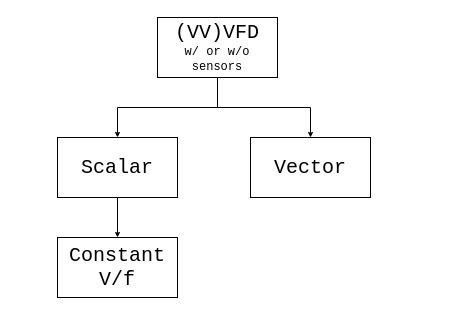
This is control_strategies.drawio from thece36/drawio, a draw.io file, before an edit. Source tidied: cells renumbered, new cells numbered last; positions are measured from the earlier drawing's top-left corner, leaving out a move shared by most shapes. Both pictures are drawn from the tidied source at 100%, with x=0, y=0 at pixel (57, 17).
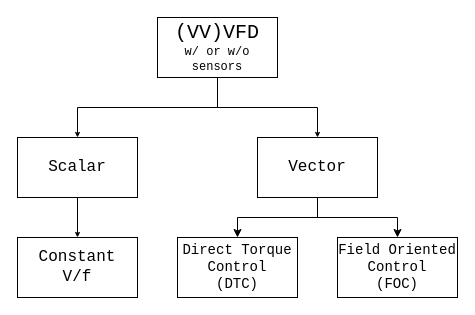
After the change.

Diff of the diagram source:
```diff
@@
 <mxGraphModel>
   <root>
     <mxCell id="0" />
     <mxCell id="1" parent="0" />
     <mxCell id="2" style="edgeStyle=orthogonalEdgeStyle;rounded=0;jettySize=auto;html=1;exitX=0.5;exitY=1;exitDx=0;exitDy=0;entryX=0.5;entryY=0;entryDx=0;entryDy=0;endArrow=classic;endFill=1;endSize=3;strokeColor=#000000;fontFamily=Courier New;fontSize=20;" parent="1" edge="1" source="3" target="5">
       <mxGeometry relative="1" as="geometry" />
     </mxCell>
     <mxCell id="3" value="&lt;div&gt;&lt;font style=&quot;font-size: 20px&quot;&gt;(VV)VFD&lt;/font&gt;&lt;/div&gt;&lt;div&gt;w/ or w/o sensors&lt;br&gt;&lt;/div&gt;" style="rounded=0;whiteSpace=wrap;html=1;strokeColor=#000000;fillColor=none;fontFamily=Courier New;fontSize=12;align=center;" parent="1" vertex="1">
       <mxGeometry x="100" width="120" height="60" as="geometry" />
     </mxCell>
     <mxCell id="4" style="edgeStyle=orthogonalEdgeStyle;rounded=0;jettySize=auto;html=1;exitX=0.5;exitY=1;exitDx=0;exitDy=0;entryX=0.5;entryY=0;entryDx=0;entryDy=0;endArrow=classic;endFill=1;endSize=3;strokeColor=#000000;fontFamily=Courier New;fontSize=20;" parent="1" edge="1" source="5" target="8">
       <mxGeometry relative="1" as="geometry" />
     </mxCell>
-    <mxCell id="5" value="Scalar" style="rounded=0;whiteSpace=wrap;html=1;strokeColor=#000000;fillColor=none;fontFamily=Courier New;fontSize=20;align=center;" parent="1" vertex="1">
-      <mxGeometry y="120" width="120" height="60" as="geometry" />
+    <mxCell id="5" value="Scalar" style="rounded=0;whiteSpace=wrap;html=1;strokeColor=#000000;fillColor=none;fontFamily=Courier New;fontSize=16;align=center;" parent="1" vertex="1">
+      <mxGeometry x="-40" y="120" width="120" height="60" as="geometry" />
     </mxCell>
     <mxCell id="6" style="edgeStyle=orthogonalEdgeStyle;rounded=0;jettySize=auto;html=1;exitX=0.5;exitY=1;exitDx=0;exitDy=0;entryX=0.5;entryY=0;entryDx=0;entryDy=0;endArrow=classic;endFill=1;endSize=3;strokeColor=#000000;fontFamily=Courier New;fontSize=20;" parent="1" edge="1" source="3" target="7">
       <mxGeometry relative="1" as="geometry" />
     </mxCell>
+    <mxCell id="9" style="edgeStyle=orthogonalEdgeStyle;rounded=0;jettySize=auto;html=1;exitX=0.5;exitY=1;exitDx=0;exitDy=0;entryX=0.5;entryY=0;entryDx=0;entryDy=0;fontSize=16;" parent="1" edge="1" source="7" target="10">
+      <mxGeometry relative="1" as="geometry" />
+    </mxCell>
-    <mxCell id="7" value="Vector" style="rounded=0;whiteSpace=wrap;html=1;strokeColor=#000000;fillColor=none;fontFamily=Courier New;fontSize=20;align=center;verticalAlign=middle;" parent="1" vertex="1">
-      <mxGeometry x="193" y="120" width="120" height="60" as="geometry" />
+    <mxCell id="7" value="Vector" style="rounded=0;whiteSpace=wrap;html=1;strokeColor=#000000;fillColor=none;fontFamily=Courier New;fontSize=16;align=center;verticalAlign=middle;" parent="1" vertex="1">
+      <mxGeometry x="200" y="120" width="120" height="60" as="geometry" />
     </mxCell>
-    <mxCell id="8" value="Constant V/f" style="rounded=0;whiteSpace=wrap;html=1;strokeColor=#000000;fillColor=none;fontFamily=Courier New;fontSize=20;align=center;" parent="1" vertex="1">
-      <mxGeometry y="220" width="120" height="60" as="geometry" />
+    <mxCell id="8" value="Constant &lt;br&gt;V/f" style="rounded=0;whiteSpace=wrap;html=1;strokeColor=#000000;fillColor=none;fontFamily=Courier New;fontSize=16;align=center;" parent="1" vertex="1">
+      <mxGeometry x="-40" y="220" width="120" height="60" as="geometry" />
     </mxCell>
+    <mxCell id="10" value="Direct Torque Control &lt;br&gt;(DTC)" style="rounded=0;whiteSpace=wrap;html=1;strokeColor=#000000;fillColor=none;fontFamily=Courier New;fontSize=14;align=center;verticalAlign=middle;" parent="1" vertex="1">
+      <mxGeometry x="120" y="220" width="120" height="60" as="geometry" />
+    </mxCell>
+    <mxCell id="11" style="edgeStyle=orthogonalEdgeStyle;rounded=0;jettySize=auto;html=1;exitX=0.5;exitY=1;exitDx=0;exitDy=0;entryX=0.5;entryY=0;entryDx=0;entryDy=0;fontSize=16;" parent="1" edge="1" source="7" target="12">
+      <mxGeometry relative="1" as="geometry" />
+    </mxCell>
+    <mxCell id="12" value="Field Oriented Control&lt;br&gt;(FOC)" style="rounded=0;whiteSpace=wrap;html=1;strokeColor=#000000;fillColor=none;fontFamily=Courier New;fontSize=14;align=center;verticalAlign=middle;" parent="1" vertex="1">
+      <mxGeometry x="280" y="220" width="120" height="60" as="geometry" />
+    </mxCell>
   </root>
 </mxGraphModel>
```
